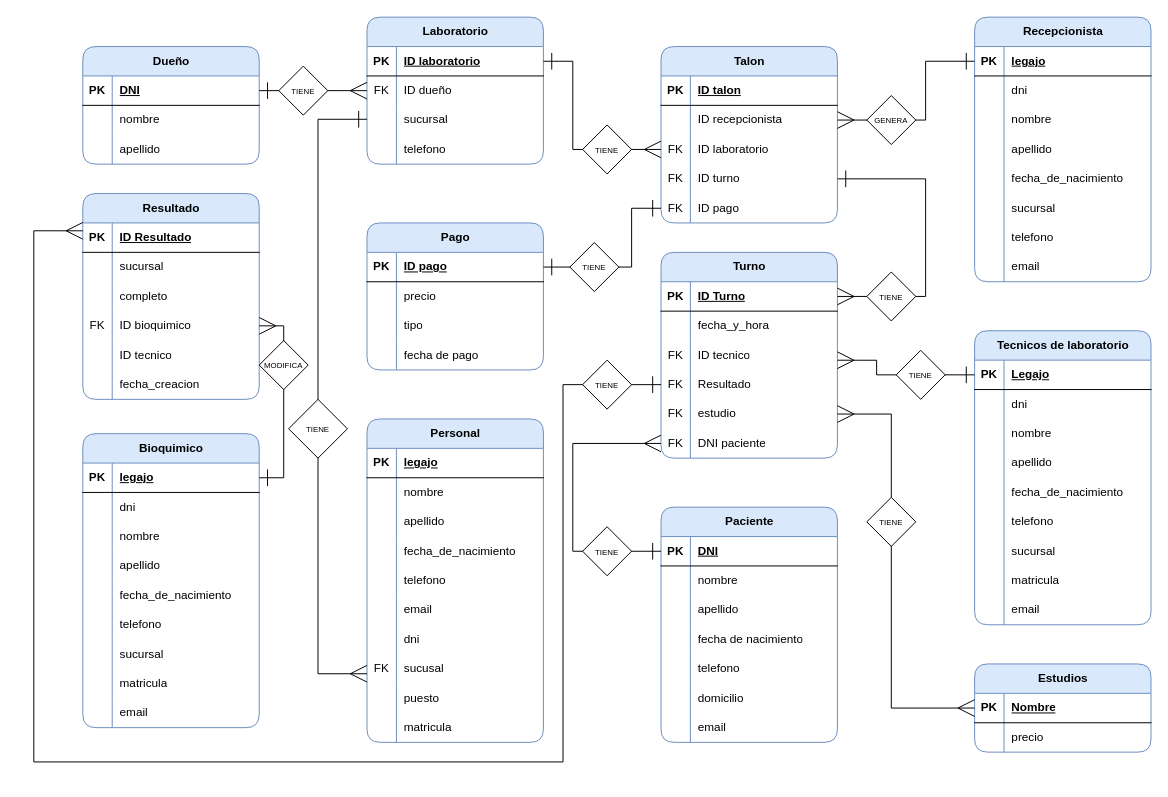
Above: Diagrama.drawio in EmanuelRigo/entrega-final-sql-coderhouse (draw.io), before the change. Source tidied: cells renumbered, new cells numbered last; positions are measured from the earlier drawing's top-left corner, leaving out a move shared by most shapes. Both pictures are drawn from the tidied source at 98%, with x=0, y=0 at pixel (33, 17).
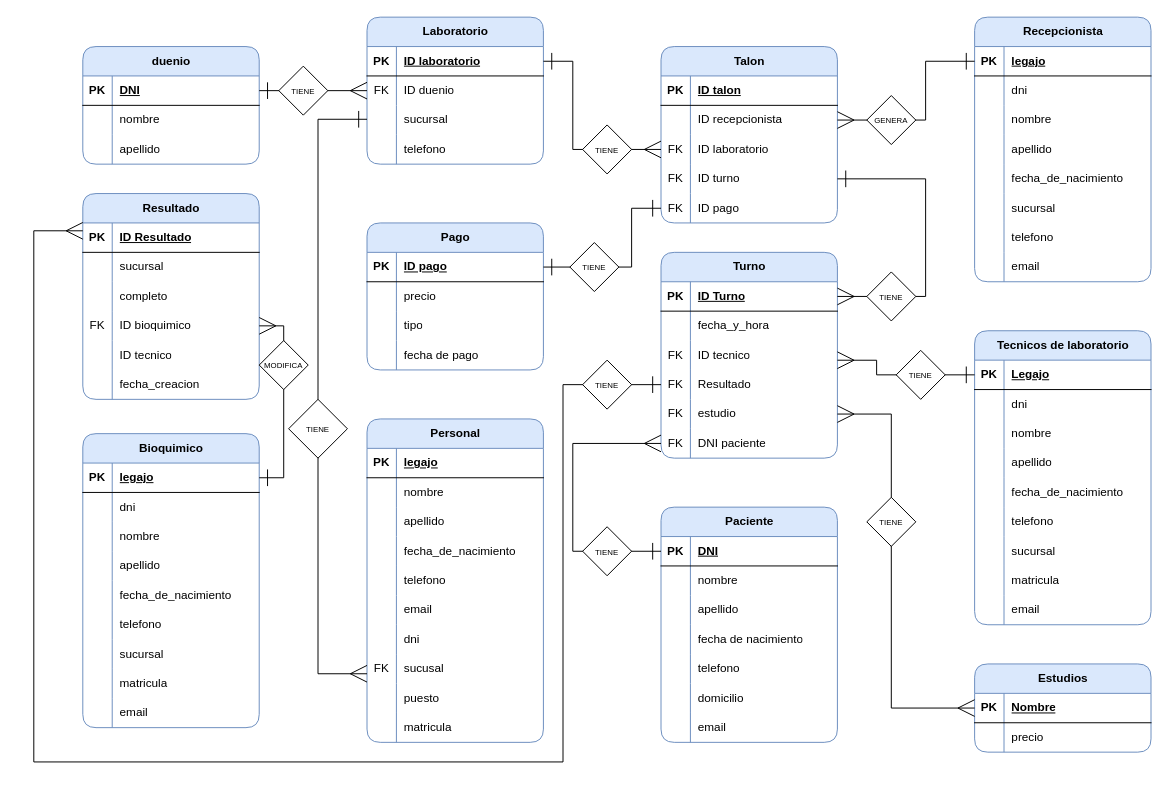
The same page after the edit.

The change refers to these unchanged cells:
```xml
<mxCell id="132" style="shape=tableRow;horizontal=0;startSize=0;swimlaneHead=0;swimlaneBody=0;fillColor=none;points=[[0,0.5],[1,0.5]];portConstraint=eastwest;top=0;left=0;right=0;bottom=0;" parent="128" vertex="1">
  <mxGeometry y="60" width="180" height="30" as="geometry" />
</mxCell>
```

Change to the diagram source:
```diff
@@
-    <mxCell id="134" value="ID dueño" style="shape=partialRectangle;fillColor=none;top=0;left=0;bottom=0;right=0;align=left;spacingLeft=6;overflow=hidden;whiteSpace=wrap;html=1;" parent="132" vertex="1">
+    <mxCell id="134" value="ID duenio" style="shape=partialRectangle;fillColor=none;top=0;left=0;bottom=0;right=0;align=left;spacingLeft=6;overflow=hidden;whiteSpace=wrap;html=1;" parent="132" vertex="1">
       <mxGeometry x="30" width="150" height="30" as="geometry" />
     </mxCell>
@@
-    <mxCell id="141" value="Dueño" style="shape=table;startSize=30;childLayout=tableLayout;rowLines=0;fontStyle=1;align=center;html=1;labelBackgroundColor=none;labelBorderColor=none;textShadow=0;swimlaneFillColor=default;rounded=1;swimlaneLine=1;fillColor=#dae8fc;strokeColor=#6c8ebf;" parent="1" vertex="1">
+    <mxCell id="141" value="duenio" style="shape=table;startSize=30;childLayout=tableLayout;rowLines=0;fontStyle=1;align=center;html=1;labelBackgroundColor=none;labelBorderColor=none;textShadow=0;swimlaneFillColor=default;rounded=1;swimlaneLine=1;fillColor=#dae8fc;strokeColor=#6c8ebf;" parent="1" vertex="1">
       <mxGeometry x="50" y="30" width="180" height="120" as="geometry" />
     </mxCell>
```
